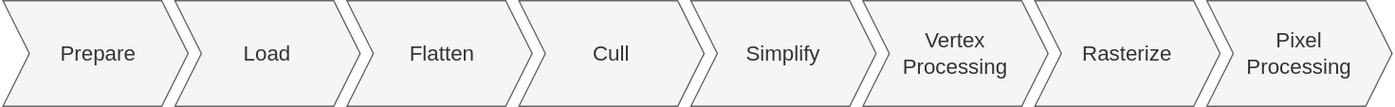
Above: assets/images/compact-graphics-pipeline.svg in TheCandidStartup/TheCandidStartup.github.io (draw.io), before the change. Source tidied: cells renumbered, new cells last; positions are measured from the earlier drawing's top-left corner, leaving out a move shared by most shapes. Its diagram source:
```xml
<mxGraphModel>
  <root>
    <mxCell id="0" />
    <mxCell id="1" parent="0" />
    <mxCell id="2" value="&lt;span style=&quot;font-size: 16px;&quot;&gt;&amp;nbsp;Prepare&lt;/span&gt;" style="shape=step;perimeter=stepPerimeter;whiteSpace=wrap;html=1;fixedSize=1;fillColor=#f5f5f5;strokeColor=#666666;fontColor=#333333;" parent="1" vertex="1">
      <mxGeometry width="140" height="80" as="geometry" />
    </mxCell>
    <mxCell id="3" value="&lt;font style=&quot;font-size: 16px;&quot;&gt;Load&lt;/font&gt;" style="shape=step;perimeter=stepPerimeter;whiteSpace=wrap;html=1;fixedSize=1;fillColor=#f5f5f5;strokeColor=#666666;fontColor=#333333;" parent="1" vertex="1">
      <mxGeometry x="130" width="140" height="80" as="geometry" />
    </mxCell>
    <mxCell id="4" value="&lt;span style=&quot;font-size: 16px;&quot;&gt;&amp;nbsp;Flatten&lt;/span&gt;" style="shape=step;perimeter=stepPerimeter;whiteSpace=wrap;html=1;fixedSize=1;fillColor=#f5f5f5;strokeColor=#666666;fontColor=#333333;" parent="1" vertex="1">
      <mxGeometry x="260" width="140" height="80" as="geometry" />
    </mxCell>
    <mxCell id="5" value="&lt;span style=&quot;font-size: 16px;&quot;&gt;Cull&lt;/span&gt;" style="shape=step;perimeter=stepPerimeter;whiteSpace=wrap;html=1;fixedSize=1;fillColor=#f5f5f5;strokeColor=#666666;fontColor=#333333;" parent="1" vertex="1">
      <mxGeometry x="390" width="140" height="80" as="geometry" />
    </mxCell>
    <mxCell id="6" value="&lt;span style=&quot;font-size: 16px;&quot;&gt;Simplify&lt;/span&gt;" style="shape=step;perimeter=stepPerimeter;whiteSpace=wrap;html=1;fixedSize=1;fillColor=#f5f5f5;strokeColor=#666666;fontColor=#333333;" parent="1" vertex="1">
      <mxGeometry x="520" width="140" height="80" as="geometry" />
    </mxCell>
    <mxCell id="7" value="&lt;span style=&quot;font-size: 16px;&quot;&gt;Rasterize&lt;/span&gt;" style="shape=step;perimeter=stepPerimeter;whiteSpace=wrap;html=1;fixedSize=1;fillColor=#f5f5f5;strokeColor=#666666;fontColor=#333333;" parent="1" vertex="1">
      <mxGeometry x="780" width="140" height="80" as="geometry" />
    </mxCell>
    <mxCell id="8" value="&lt;span style=&quot;font-size: 16px;&quot;&gt;Pixel&lt;br&gt;Processing&lt;br&gt;&lt;/span&gt;" style="shape=step;perimeter=stepPerimeter;whiteSpace=wrap;html=1;fixedSize=1;fillColor=#f5f5f5;strokeColor=#666666;fontColor=#333333;" parent="1" vertex="1">
      <mxGeometry x="910" width="140" height="80" as="geometry" />
    </mxCell>
    <mxCell id="9" value="&lt;span style=&quot;font-size: 16px;&quot;&gt;Vertex &lt;br&gt;Processing&lt;/span&gt;" style="shape=step;perimeter=stepPerimeter;whiteSpace=wrap;html=1;fixedSize=1;fillColor=#f5f5f5;fontColor=#333333;strokeColor=#666666;" parent="1" vertex="1">
      <mxGeometry x="650" width="140" height="80" as="geometry" />
    </mxCell>
  </root>
</mxGraphModel>
```
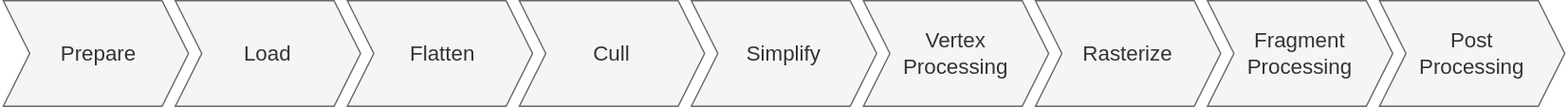
Above is the later version.

Change to the diagram source:
```diff
@@ -20,11 +20,14 @@
     <mxCell id="7" value="&lt;span style=&quot;font-size: 16px;&quot;&gt;Rasterize&lt;/span&gt;" style="shape=step;perimeter=stepPerimeter;whiteSpace=wrap;html=1;fixedSize=1;fillColor=#f5f5f5;strokeColor=#666666;fontColor=#333333;" parent="1" vertex="1">
       <mxGeometry x="780" width="140" height="80" as="geometry" />
     </mxCell>
-    <mxCell id="8" value="&lt;span style=&quot;font-size: 16px;&quot;&gt;Pixel&lt;br&gt;Processing&lt;br&gt;&lt;/span&gt;" style="shape=step;perimeter=stepPerimeter;whiteSpace=wrap;html=1;fixedSize=1;fillColor=#f5f5f5;strokeColor=#666666;fontColor=#333333;" parent="1" vertex="1">
+    <mxCell id="8" value="&lt;span style=&quot;font-size: 16px;&quot;&gt;Fragment&lt;br&gt;Processing&lt;br&gt;&lt;/span&gt;" style="shape=step;perimeter=stepPerimeter;whiteSpace=wrap;html=1;fixedSize=1;fillColor=#f5f5f5;strokeColor=#666666;fontColor=#333333;" parent="1" vertex="1">
       <mxGeometry x="910" width="140" height="80" as="geometry" />
     </mxCell>
     <mxCell id="9" value="&lt;span style=&quot;font-size: 16px;&quot;&gt;Vertex &lt;br&gt;Processing&lt;/span&gt;" style="shape=step;perimeter=stepPerimeter;whiteSpace=wrap;html=1;fixedSize=1;fillColor=#f5f5f5;fontColor=#333333;strokeColor=#666666;" parent="1" vertex="1">
       <mxGeometry x="650" width="140" height="80" as="geometry" />
     </mxCell>
+    <mxCell id="10" value="&lt;span style=&quot;font-size: 16px;&quot;&gt;Post&lt;br&gt;Processing&lt;br&gt;&lt;/span&gt;" style="shape=step;perimeter=stepPerimeter;whiteSpace=wrap;html=1;fixedSize=1;fillColor=#f5f5f5;strokeColor=#666666;fontColor=#333333;" parent="1" vertex="1">
+      <mxGeometry x="1040" width="140" height="80" as="geometry" />
+    </mxCell>
   </root>
 </mxGraphModel>
```
